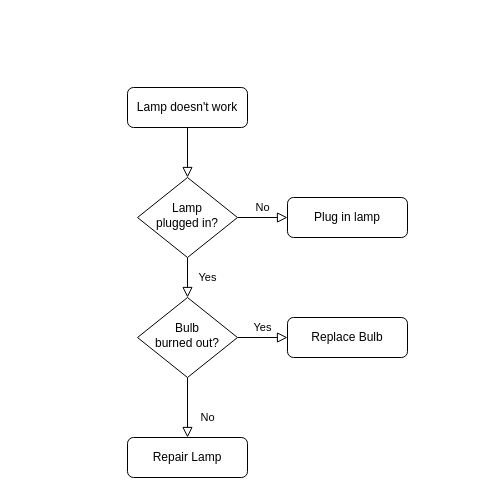
The draw.io diagram coursework.drawio in willdonlan8/hello-world, before the edit. Source tidied: cells renumbered, new cells numbered last; positions are measured from the earlier drawing's top-left corner, leaving out a move shared by most shapes. Both pictures are drawn from the tidied source at 100%, with x=0, y=0 at pixel (127, 87).
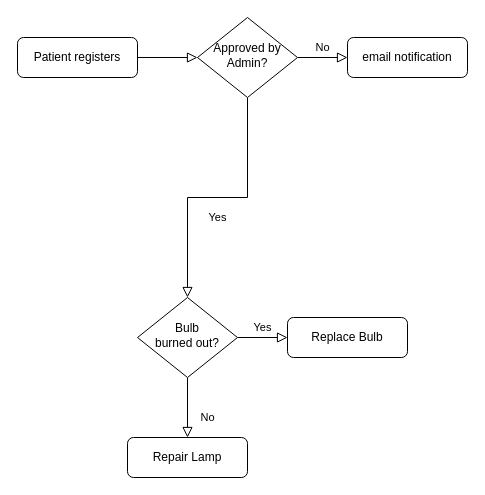
The same diagram, later.

Diff of the diagram source:
```diff
@@
 <mxGraphModel>
   <root>
     <mxCell id="0" />
     <mxCell id="1" parent="0" />
     <mxCell id="2" style="rounded=0;html=1;jettySize=auto;fontSize=11;endArrow=block;endFill=0;endSize=8;strokeWidth=1;shadow=0;labelBackgroundColor=none;edgeStyle=orthogonalEdgeStyle;" parent="1" edge="1" source="3" target="6">
       <mxGeometry relative="1" as="geometry" />
     </mxCell>
-    <mxCell id="3" value="Lamp doesn't work" style="rounded=1;whiteSpace=wrap;html=1;fontSize=12;glass=0;strokeWidth=1;shadow=0;" parent="1" vertex="1">
-      <mxGeometry width="120" height="40" as="geometry" />
+    <mxCell id="3" value="Patient registers" style="rounded=1;whiteSpace=wrap;html=1;fontSize=12;glass=0;strokeWidth=1;shadow=0;" parent="1" vertex="1">
+      <mxGeometry x="-110" y="-50" width="120" height="40" as="geometry" />
     </mxCell>
     <mxCell id="4" value="Yes" style="rounded=0;html=1;jettySize=auto;fontSize=11;endArrow=block;endFill=0;endSize=8;strokeWidth=1;shadow=0;labelBackgroundColor=none;edgeStyle=orthogonalEdgeStyle;" parent="1" edge="1" source="6" target="10">
       <mxGeometry y="20" relative="1" as="geometry" />
     </mxCell>
     <mxCell id="5" value="No" style="edgeStyle=orthogonalEdgeStyle;rounded=0;html=1;jettySize=auto;fontSize=11;endArrow=block;endFill=0;endSize=8;strokeWidth=1;shadow=0;labelBackgroundColor=none;" parent="1" edge="1" source="6" target="7">
       <mxGeometry y="10" relative="1" as="geometry" />
     </mxCell>
-    <mxCell id="6" value="Lamp&lt;br&gt;plugged in?" style="rhombus;whiteSpace=wrap;html=1;shadow=0;fontFamily=Helvetica;fontSize=12;align=center;strokeWidth=1;spacing=6;spacingTop=-4;" parent="1" vertex="1">
-      <mxGeometry x="10" y="90" width="100" height="80" as="geometry" />
+    <mxCell id="6" value="Approved by Admin?" style="rhombus;whiteSpace=wrap;html=1;shadow=0;fontFamily=Helvetica;fontSize=12;align=center;strokeWidth=1;spacing=6;spacingTop=-4;" parent="1" vertex="1">
+      <mxGeometry x="70" y="-70" width="100" height="80" as="geometry" />
     </mxCell>
-    <mxCell id="7" value="Plug in lamp" style="rounded=1;whiteSpace=wrap;html=1;fontSize=12;glass=0;strokeWidth=1;shadow=0;" parent="1" vertex="1">
-      <mxGeometry x="160" y="110" width="120" height="40" as="geometry" />
+    <mxCell id="7" value="email notification" style="rounded=1;whiteSpace=wrap;html=1;fontSize=12;glass=0;strokeWidth=1;shadow=0;" parent="1" vertex="1">
+      <mxGeometry x="220" y="-50" width="120" height="40" as="geometry" />
     </mxCell>
     <mxCell id="8" value="No" style="rounded=0;html=1;jettySize=auto;fontSize=11;endArrow=block;endFill=0;endSize=8;strokeWidth=1;shadow=0;labelBackgroundColor=none;edgeStyle=orthogonalEdgeStyle;" parent="1" edge="1" source="10" target="11">
       <mxGeometry x="0.33" y="20" relative="1" as="geometry" />
     </mxCell>
     <mxCell id="9" value="Yes" style="edgeStyle=orthogonalEdgeStyle;rounded=0;html=1;jettySize=auto;fontSize=11;endArrow=block;endFill=0;endSize=8;strokeWidth=1;shadow=0;labelBackgroundColor=none;" parent="1" edge="1" source="10" target="12">
       <mxGeometry y="10" relative="1" as="geometry" />
     </mxCell>
     <mxCell id="10" value="Bulb&lt;br&gt;burned out?" style="rhombus;whiteSpace=wrap;html=1;shadow=0;fontFamily=Helvetica;fontSize=12;align=center;strokeWidth=1;spacing=6;spacingTop=-4;" parent="1" vertex="1">
       <mxGeometry x="10" y="210" width="100" height="80" as="geometry" />
     </mxCell>
     <mxCell id="11" value="Repair Lamp" style="rounded=1;whiteSpace=wrap;html=1;fontSize=12;glass=0;strokeWidth=1;shadow=0;" parent="1" vertex="1">
       <mxGeometry y="350" width="120" height="40" as="geometry" />
     </mxCell>
     <mxCell id="12" value="Replace Bulb" style="rounded=1;whiteSpace=wrap;html=1;fontSize=12;glass=0;strokeWidth=1;shadow=0;" parent="1" vertex="1">
       <mxGeometry x="160" y="230" width="120" height="40" as="geometry" />
     </mxCell>
   </root>
 </mxGraphModel>
```
